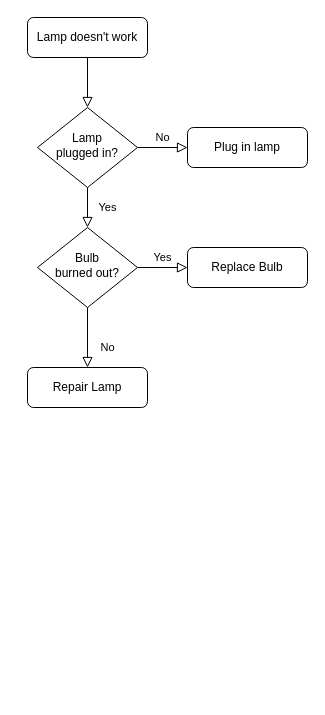
Nurdiansah/web-pert2 keeps this draw.io diagram as Untitled Diagram.drawio. Above is the earlier version. Source tidied: cells renumbered, new cells numbered last; positions are measured from the earlier drawing's top-left corner, leaving out a move shared by most shapes. Both pictures are drawn from the tidied source at 100%, with x=0, y=0 at pixel (27, 17).
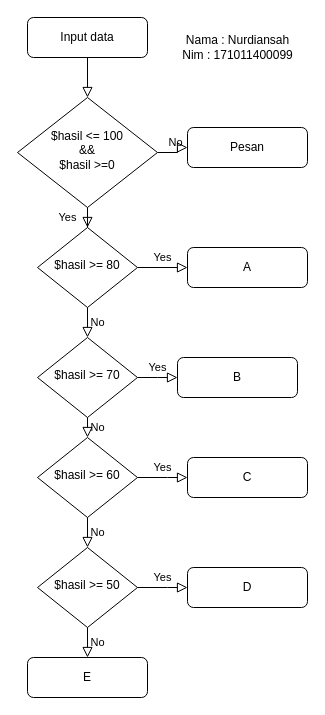
The same diagram, later.

What changed in the source:
```diff
@@
-    <mxCell id="3" value="Lamp doesn't work" style="rounded=1;whiteSpace=wrap;html=1;fontSize=12;glass=0;strokeWidth=1;shadow=0;" parent="1" vertex="1">
+    <mxCell id="3" value="Input data" style="rounded=1;whiteSpace=wrap;html=1;fontSize=12;glass=0;strokeWidth=1;shadow=0;" parent="1" vertex="1">
       <mxGeometry width="120" height="40" as="geometry" />
     </mxCell>
@@
-    <mxCell id="6" value="Lamp&lt;br&gt;plugged in?" style="rhombus;whiteSpace=wrap;html=1;shadow=0;fontFamily=Helvetica;fontSize=12;align=center;strokeWidth=1;spacing=6;spacingTop=-4;" parent="1" vertex="1">
-      <mxGeometry x="10" y="90" width="100" height="80" as="geometry" />
+    <mxCell id="6" value="&lt;div&gt;$hasil &amp;lt;= 100 &lt;br&gt;&lt;/div&gt;&lt;div&gt;&amp;amp;&amp;amp; &lt;br&gt;&lt;/div&gt;&lt;div&gt;$hasil &amp;gt;=0&lt;/div&gt;" style="rhombus;whiteSpace=wrap;html=1;shadow=0;fontFamily=Helvetica;fontSize=12;align=center;strokeWidth=1;spacing=6;spacingTop=-4;" parent="1" vertex="1">
+      <mxGeometry x="-10" y="80" width="140" height="110" as="geometry" />
     </mxCell>
-    <mxCell id="7" value="Plug in lamp" style="rounded=1;whiteSpace=wrap;html=1;fontSize=12;glass=0;strokeWidth=1;shadow=0;" parent="1" vertex="1">
+    <mxCell id="7" value="Pesan" style="rounded=1;whiteSpace=wrap;html=1;fontSize=12;glass=0;strokeWidth=1;shadow=0;" parent="1" vertex="1">
       <mxGeometry x="160" y="110" width="120" height="40" as="geometry" />
     </mxCell>
-    <mxCell id="8" value="No" style="rounded=0;html=1;jettySize=auto;fontSize=11;endArrow=block;endFill=0;endSize=8;strokeWidth=1;shadow=0;labelBackgroundColor=none;edgeStyle=orthogonalEdgeStyle;" parent="1" edge="1" source="10" target="11">
-      <mxGeometry x="0.33" y="20" relative="1" as="geometry" />
-    </mxCell>
@@
-    <mxCell id="10" value="Bulb&lt;br&gt;burned out?" style="rhombus;whiteSpace=wrap;html=1;shadow=0;fontFamily=Helvetica;fontSize=12;align=center;strokeWidth=1;spacing=6;spacingTop=-4;" parent="1" vertex="1">
+    <mxCell id="10" value="$hasil &amp;gt;= 80" style="rhombus;whiteSpace=wrap;html=1;shadow=0;fontFamily=Helvetica;fontSize=12;align=center;strokeWidth=1;spacing=6;spacingTop=-4;" parent="1" vertex="1">
       <mxGeometry x="10" y="210" width="100" height="80" as="geometry" />
     </mxCell>
-    <mxCell id="11" value="Repair Lamp" style="rounded=1;whiteSpace=wrap;html=1;fontSize=12;glass=0;strokeWidth=1;shadow=0;" parent="1" vertex="1">
-      <mxGeometry y="350" width="120" height="40" as="geometry" />
+    <mxCell id="11" value="E" style="rounded=1;whiteSpace=wrap;html=1;fontSize=12;glass=0;strokeWidth=1;shadow=0;" parent="1" vertex="1">
+      <mxGeometry y="640" width="120" height="40" as="geometry" />
     </mxCell>
-    <mxCell id="12" value="Replace Bulb" style="rounded=1;whiteSpace=wrap;html=1;fontSize=12;glass=0;strokeWidth=1;shadow=0;" parent="1" vertex="1">
+    <mxCell id="12" value="A" style="rounded=1;whiteSpace=wrap;html=1;fontSize=12;glass=0;strokeWidth=1;shadow=0;" parent="1" vertex="1">
       <mxGeometry x="160" y="230" width="120" height="40" as="geometry" />
     </mxCell>
+    <mxCell id="13" value="$hasil &amp;gt;= 70" style="rhombus;whiteSpace=wrap;html=1;shadow=0;fontFamily=Helvetica;fontSize=12;align=center;strokeWidth=1;spacing=6;spacingTop=-4;" parent="1" vertex="1">
+      <mxGeometry x="10" y="320" width="100" height="80" as="geometry" />
+    </mxCell>
+    <mxCell id="14" value="B" style="rounded=1;whiteSpace=wrap;html=1;fontSize=12;glass=0;strokeWidth=1;shadow=0;" parent="1" vertex="1">
+      <mxGeometry x="150" y="340" width="120" height="40" as="geometry" />
+    </mxCell>
+    <mxCell id="15" value="$hasil &amp;gt;= 60" style="rhombus;whiteSpace=wrap;html=1;shadow=0;fontFamily=Helvetica;fontSize=12;align=center;strokeWidth=1;spacing=6;spacingTop=-4;" parent="1" vertex="1">
+      <mxGeometry x="10" y="420" width="100" height="80" as="geometry" />
+    </mxCell>
+    <mxCell id="16" value="C" style="rounded=1;whiteSpace=wrap;html=1;fontSize=12;glass=0;strokeWidth=1;shadow=0;" parent="1" vertex="1">
+      <mxGeometry x="160" y="440" width="120" height="40" as="geometry" />
+    </mxCell>
+    <mxCell id="17" value="$hasil &amp;gt;= 50" style="rhombus;whiteSpace=wrap;html=1;shadow=0;fontFamily=Helvetica;fontSize=12;align=center;strokeWidth=1;spacing=6;spacingTop=-4;" parent="1" vertex="1">
+      <mxGeometry x="10" y="530" width="100" height="80" as="geometry" />
+    </mxCell>
+    <mxCell id="18" value="D" style="rounded=1;whiteSpace=wrap;html=1;fontSize=12;glass=0;strokeWidth=1;shadow=0;" parent="1" vertex="1">
+      <mxGeometry x="160" y="550" width="120" height="40" as="geometry" />
+    </mxCell>
+    <mxCell id="19" value="Yes" style="edgeStyle=orthogonalEdgeStyle;rounded=0;html=1;jettySize=auto;fontSize=11;endArrow=block;endFill=0;endSize=8;strokeWidth=1;shadow=0;labelBackgroundColor=none;exitX=1;exitY=0.5;exitDx=0;exitDy=0;entryX=0;entryY=0.5;entryDx=0;entryDy=0;" parent="1" edge="1" source="13" target="14">
+      <mxGeometry y="10" relative="1" as="geometry">
+        <Array as="points">
+          <mxPoint x="130" y="360" />
+          <mxPoint x="130" y="360" />
+        </Array>
+      </mxGeometry>
+    </mxCell>
+    <mxCell id="20" value="Yes" style="edgeStyle=orthogonalEdgeStyle;rounded=0;html=1;jettySize=auto;fontSize=11;endArrow=block;endFill=0;endSize=8;strokeWidth=1;shadow=0;labelBackgroundColor=none;exitX=1;exitY=0.5;exitDx=0;exitDy=0;entryX=0;entryY=0.5;entryDx=0;entryDy=0;" parent="1" edge="1" source="15" target="16">
+      <mxGeometry y="10" relative="1" as="geometry">
+        <Array as="points">
+          <mxPoint x="140" y="460" />
+          <mxPoint x="140" y="460" />
+        </Array>
+      </mxGeometry>
+    </mxCell>
+    <mxCell id="21" value="Yes" style="edgeStyle=orthogonalEdgeStyle;rounded=0;html=1;jettySize=auto;fontSize=11;endArrow=block;endFill=0;endSize=8;strokeWidth=1;shadow=0;labelBackgroundColor=none;exitX=1;exitY=0.5;exitDx=0;exitDy=0;entryX=0;entryY=0.5;entryDx=0;entryDy=0;" parent="1" edge="1" source="17" target="18">
+      <mxGeometry y="10" relative="1" as="geometry">
+        <Array as="points">
+          <mxPoint x="140" y="570" />
+          <mxPoint x="140" y="570" />
+        </Array>
+      </mxGeometry>
+    </mxCell>
+    <mxCell id="22" value="No" style="edgeStyle=orthogonalEdgeStyle;rounded=0;html=1;jettySize=auto;fontSize=11;endArrow=block;endFill=0;endSize=8;strokeWidth=1;shadow=0;labelBackgroundColor=none;exitX=0.5;exitY=1;exitDx=0;exitDy=0;entryX=0.5;entryY=0;entryDx=0;entryDy=0;" parent="1" edge="1" source="10" target="13">
+      <mxGeometry y="10" relative="1" as="geometry" />
+    </mxCell>
+    <mxCell id="23" value="No" style="edgeStyle=orthogonalEdgeStyle;rounded=0;html=1;jettySize=auto;fontSize=11;endArrow=block;endFill=0;endSize=8;strokeWidth=1;shadow=0;labelBackgroundColor=none;exitX=0.5;exitY=1;exitDx=0;exitDy=0;entryX=0.5;entryY=0;entryDx=0;entryDy=0;" parent="1" edge="1" source="13" target="15">
+      <mxGeometry y="10" relative="1" as="geometry" />
+    </mxCell>
+    <mxCell id="24" value="No" style="edgeStyle=orthogonalEdgeStyle;rounded=0;html=1;jettySize=auto;fontSize=11;endArrow=block;endFill=0;endSize=8;strokeWidth=1;shadow=0;labelBackgroundColor=none;entryX=0.5;entryY=0;entryDx=0;entryDy=0;" parent="1" edge="1" target="17">
+      <mxGeometry y="10" relative="1" as="geometry">
+        <mxPoint x="60" y="500" as="sourcePoint" />
+      </mxGeometry>
+    </mxCell>
+    <mxCell id="25" value="No" style="edgeStyle=orthogonalEdgeStyle;rounded=0;html=1;jettySize=auto;fontSize=11;endArrow=block;endFill=0;endSize=8;strokeWidth=1;shadow=0;labelBackgroundColor=none;entryX=0.5;entryY=0;entryDx=0;entryDy=0;" parent="1" edge="1" target="11">
+      <mxGeometry y="10" relative="1" as="geometry">
+        <mxPoint x="60" y="610" as="sourcePoint" />
+      </mxGeometry>
+    </mxCell>
+    <mxCell id="26" value="&lt;div&gt;Nama : Nurdiansah&lt;/div&gt;&lt;div&gt;Nim : 171011400099&lt;br&gt;&lt;/div&gt;" style="text;html=1;align=center;verticalAlign=middle;fillColor=none;strokeColor=none;rounded=0;" parent="1" vertex="1">
+      <mxGeometry x="145" y="15" width="130" height="30" as="geometry" />
+    </mxCell>
```
